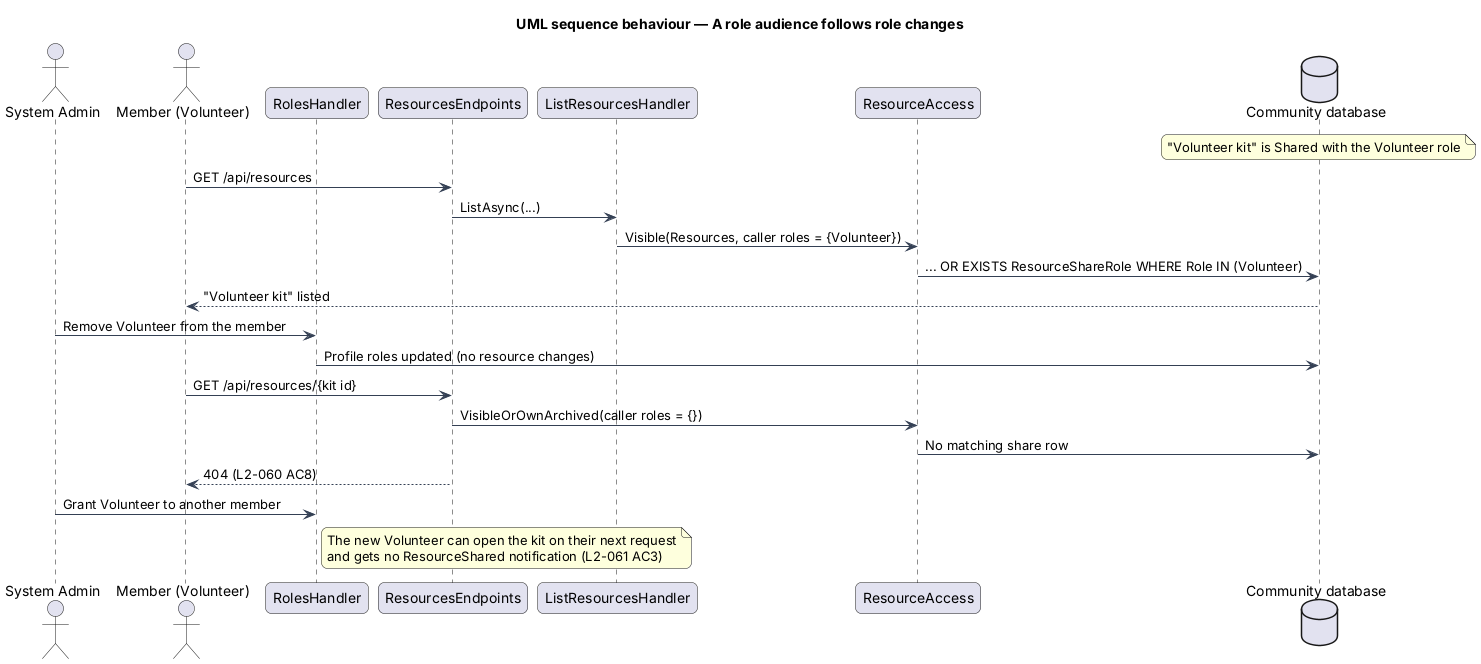
Above: docs/detailed-designs/resources/share/diagrams/sequence-role-audience.png in QuinntyneBrown/faithtech-community (PlantUML), before the change. Source of this version:
```plantuml
@startuml
title UML sequence behaviour — A role audience follows role changes
skinparam backgroundColor #FFFFFF
skinparam shadowing false
skinparam roundcorner 12
skinparam defaultFontName Arial
skinparam ArrowColor #344054
skinparam rectangle {
  BorderColor #344054
  FontColor #101828
}
skinparam package {
  BorderColor #667085
  FontColor #101828
  BackgroundColor #F9FAFB
}
actor "System Admin" as admin
actor "Member (Volunteer)" as m
participant "RolesHandler" as roles
participant "ResourcesEndpoints" as ep
participant "ListResourcesHandler" as h
participant "ResourceAccess" as acc
database "Community database" as db
note over db: "Volunteer kit" is Shared with the Volunteer role
m -> ep : GET /api/resources
ep -> h : ListAsync(...)
h -> acc : Visible(Resources, caller roles = {Volunteer})
acc -> db : ... OR EXISTS ResourceShareRole WHERE Role IN (Volunteer)
db --> m : "Volunteer kit" listed
admin -> roles : Remove Volunteer from the member
roles -> db : Profile roles updated (no resource changes)
m -> ep : GET /api/resources/{kit id}
ep -> acc : VisibleOrOwnArchived(caller roles = {})
acc -> db : No matching share row
ep --> m : 404 (L2-060 AC8)
admin -> roles : Grant Volunteer to another member
note right of roles
  The new Volunteer can open the kit on their next request
  and gets no ResourceShared notification (L2-061 AC3)
end note
@enduml
```
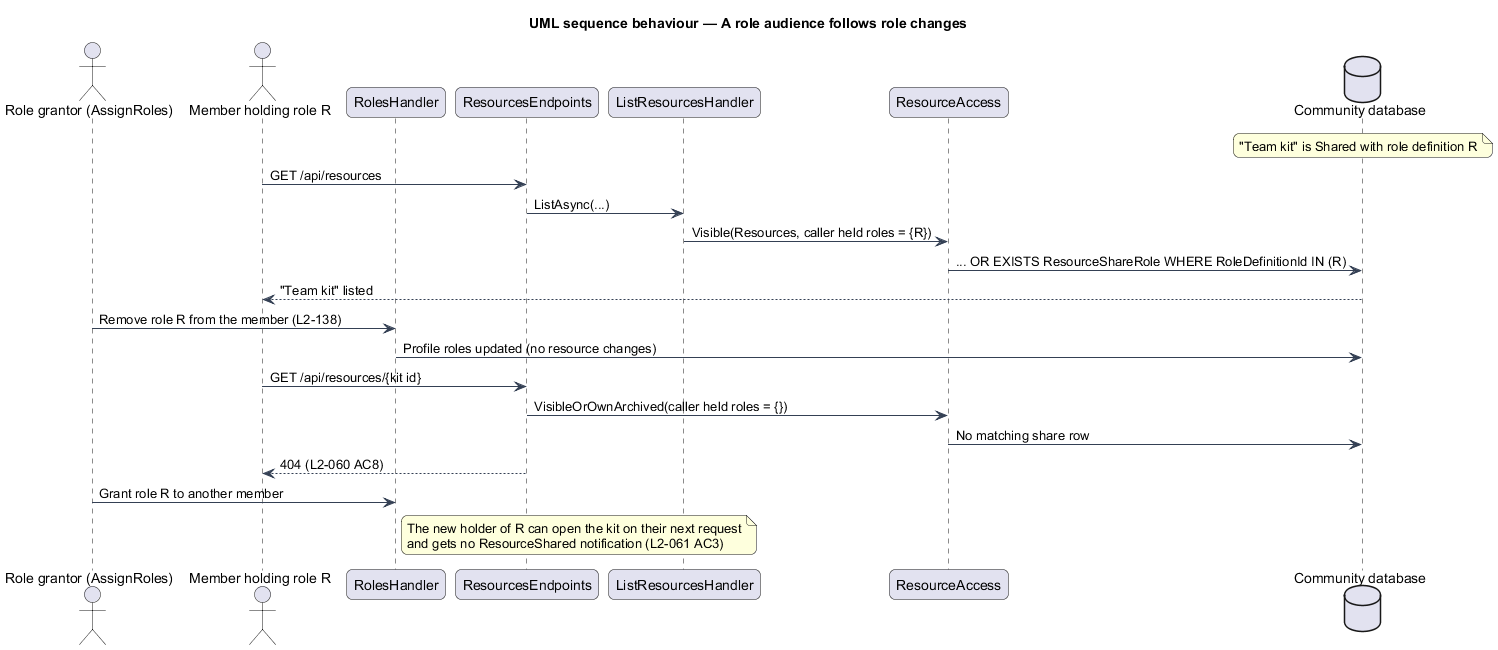
After the change.

Change to the diagram source:
```diff
@@ -14,28 +14,28 @@
   FontColor #101828
   BackgroundColor #F9FAFB
 }
-actor "System Admin" as admin
-actor "Member (Volunteer)" as m
+actor "Role grantor (AssignRoles)" as admin
+actor "Member holding role R" as m
 participant "RolesHandler" as roles
 participant "ResourcesEndpoints" as ep
 participant "ListResourcesHandler" as h
 participant "ResourceAccess" as acc
 database "Community database" as db
-note over db: "Volunteer kit" is Shared with the Volunteer role
+note over db: "Team kit" is Shared with role definition R
 m -> ep : GET /api/resources
 ep -> h : ListAsync(...)
-h -> acc : Visible(Resources, caller roles = {Volunteer})
-acc -> db : ... OR EXISTS ResourceShareRole WHERE Role IN (Volunteer)
-db --> m : "Volunteer kit" listed
-admin -> roles : Remove Volunteer from the member
+h -> acc : Visible(Resources, caller held roles = {R})
+acc -> db : ... OR EXISTS ResourceShareRole WHERE RoleDefinitionId IN (R)
+db --> m : "Team kit" listed
+admin -> roles : Remove role R from the member (L2-138)
 roles -> db : Profile roles updated (no resource changes)
 m -> ep : GET /api/resources/{kit id}
-ep -> acc : VisibleOrOwnArchived(caller roles = {})
+ep -> acc : VisibleOrOwnArchived(caller held roles = {})
 acc -> db : No matching share row
 ep --> m : 404 (L2-060 AC8)
-admin -> roles : Grant Volunteer to another member
+admin -> roles : Grant role R to another member
 note right of roles
-  The new Volunteer can open the kit on their next request
+  The new holder of R can open the kit on their next request
   and gets no ResourceShared notification (L2-061 AC3)
 end note
 @enduml
```
